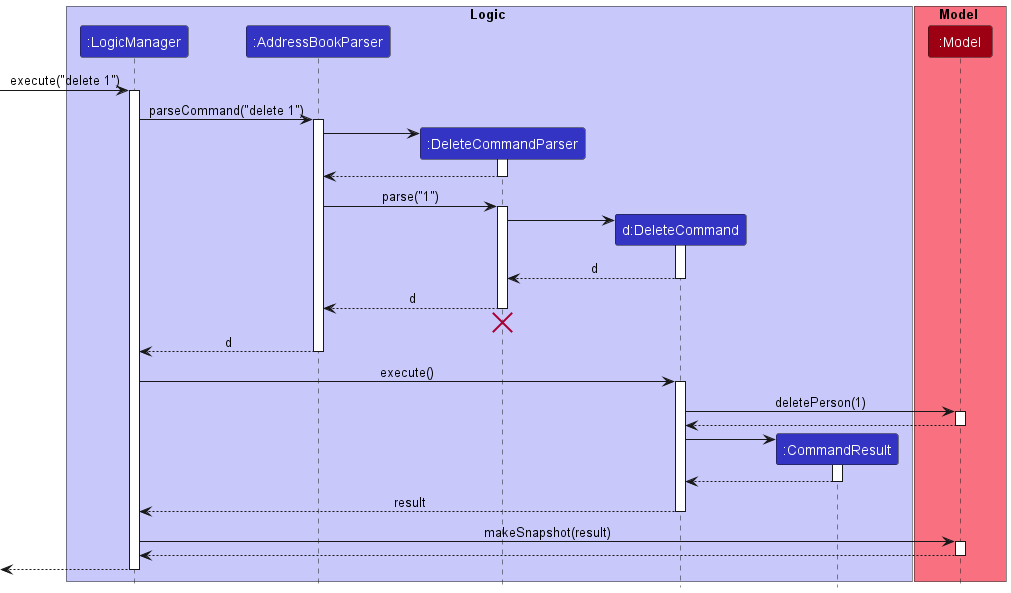
This is docs/images/DeleteSequenceDiagram.png from nus-cs2103-AY2223S1/tp, a PlantUML export, as it was before one commit.
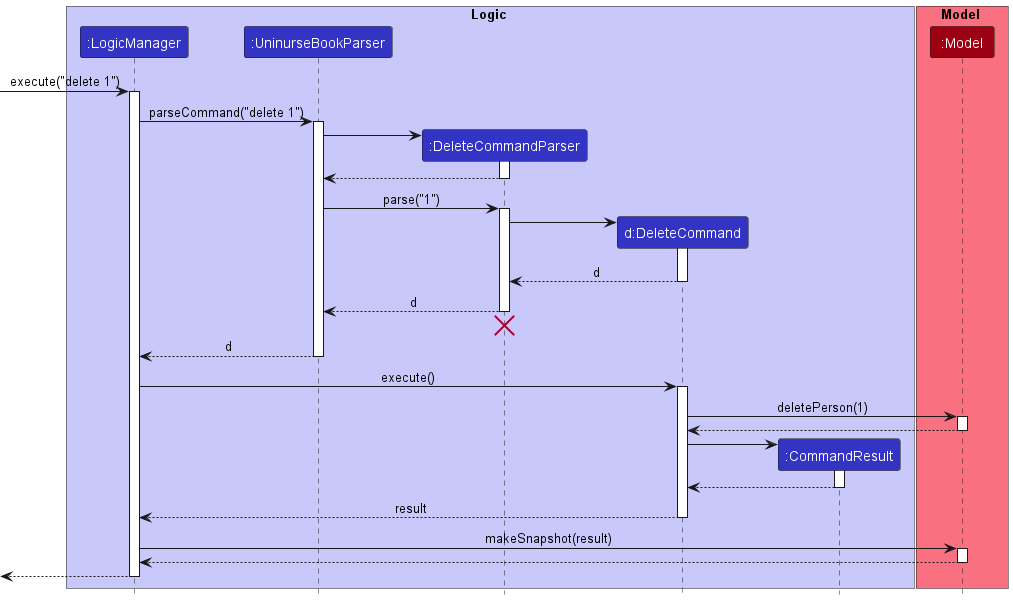
The same file after the commit.

The edit, as a diff of the source:
```diff
@@ -3,7 +3,7 @@
 
 box Logic LOGIC_COLOR_T1
 participant ":LogicManager" as LogicManager LOGIC_COLOR
-participant ":AddressBookParser" as AddressBookParser LOGIC_COLOR
+participant ":UninurseBookParser" as UninurseBookParser LOGIC_COLOR
 participant ":DeleteCommandParser" as DeleteCommandParser LOGIC_COLOR
 participant "d:DeleteCommand" as DeleteCommand LOGIC_COLOR
 participant ":CommandResult" as CommandResult LOGIC_COLOR
@@ -16,17 +16,17 @@
 [-> LogicManager : execute("delete 1")
 activate LogicManager
 
-LogicManager -> AddressBookParser : parseCommand("delete 1")
-activate AddressBookParser
+LogicManager -> UninurseBookParser : parseCommand("delete 1")
+activate UninurseBookParser
 
 create DeleteCommandParser
-AddressBookParser -> DeleteCommandParser
+UninurseBookParser -> DeleteCommandParser
 activate DeleteCommandParser
 
-DeleteCommandParser --> AddressBookParser
+DeleteCommandParser --> UninurseBookParser
 deactivate DeleteCommandParser
 
-AddressBookParser -> DeleteCommandParser : parse("1")
+UninurseBookParser -> DeleteCommandParser : parse("1")
 activate DeleteCommandParser
 
 create DeleteCommand
@@ -36,13 +36,13 @@
 DeleteCommand --> DeleteCommandParser : d
 deactivate DeleteCommand
 
-DeleteCommandParser --> AddressBookParser : d
+DeleteCommandParser --> UninurseBookParser : d
 deactivate DeleteCommandParser
-DeleteCommandParser -[hidden]-> AddressBookParser
+DeleteCommandParser -[hidden]-> UninurseBookParser
 destroy DeleteCommandParser
 
-AddressBookParser --> LogicManager : d
-deactivate AddressBookParser
+UninurseBookParser --> LogicManager : d
+deactivate UninurseBookParser
 
 LogicManager -> DeleteCommand : execute()
 activate DeleteCommand
```
